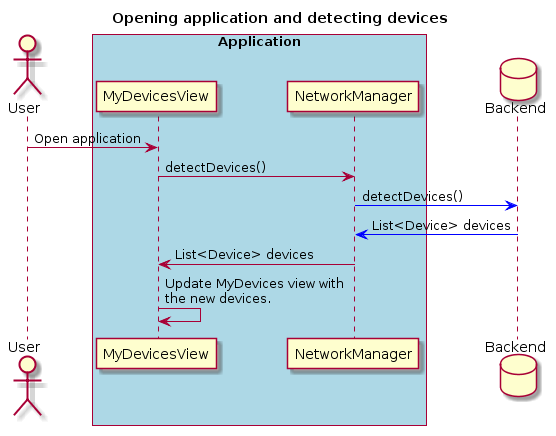
The PlantUML diagram docs/STLDD/seq.png in ockka/ETSN05-Group2, before a commit. Its diagram source:
```plantuml
@startuml
title Opening application and detecting devices

actor User
participant MyDevicesView
participant NetworkManager

box "Application" #LightBlue
	participant MyDevicesView
	participant NetworkManager
end box

database Backend


User -> MyDevicesView: Open application
MyDevicesView -> NetworkManager: detectDevices()
NetworkManager -[#0000FF]> Backend : detectDevices()
NetworkManager <[#0000FF]- Backend : List<Device> devices
MyDevicesView <- NetworkManager : List<Device> devices
MyDevicesView -> MyDevicesView: Update MyDevices view with \nthe new devices.
@enduml
```
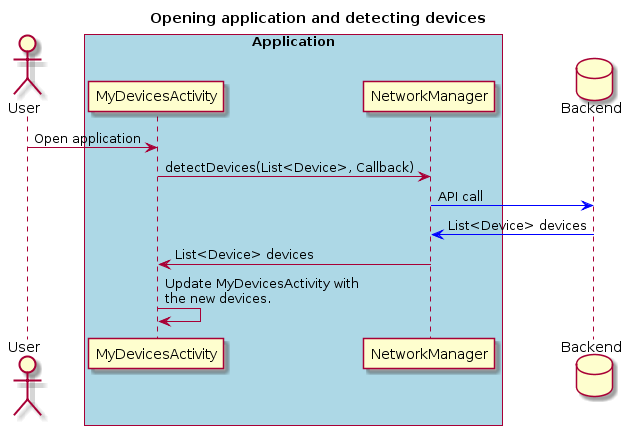
After the change.

Commit message:
First sequence diagram fix

The edit, as a diff of the source:
```diff
@@ -2,21 +2,21 @@
 title Opening application and detecting devices
 
 actor User
-participant MyDevicesView
+participant MyDevicesActivity
 participant NetworkManager
 
 box "Application" #LightBlue
-	participant MyDevicesView
+	participant MyDevicesActivity
 	participant NetworkManager
 end box
 
 database Backend
 
 
-User -> MyDevicesView: Open application
-MyDevicesView -> NetworkManager: detectDevices()
-NetworkManager -[#0000FF]> Backend : detectDevices()
+User -> MyDevicesActivity: Open application
+MyDevicesActivity -> NetworkManager: detectDevices(List<Device>, Callback)
+NetworkManager -[#0000FF]> Backend : API call
 NetworkManager <[#0000FF]- Backend : List<Device> devices
-MyDevicesView <- NetworkManager : List<Device> devices
-MyDevicesView -> MyDevicesView: Update MyDevices view with \nthe new devices.
+MyDevicesActivity <- NetworkManager : List<Device> devices
+MyDevicesActivity -> MyDevicesActivity: Update MyDevicesActivity with \nthe new devices.
 @enduml
```
